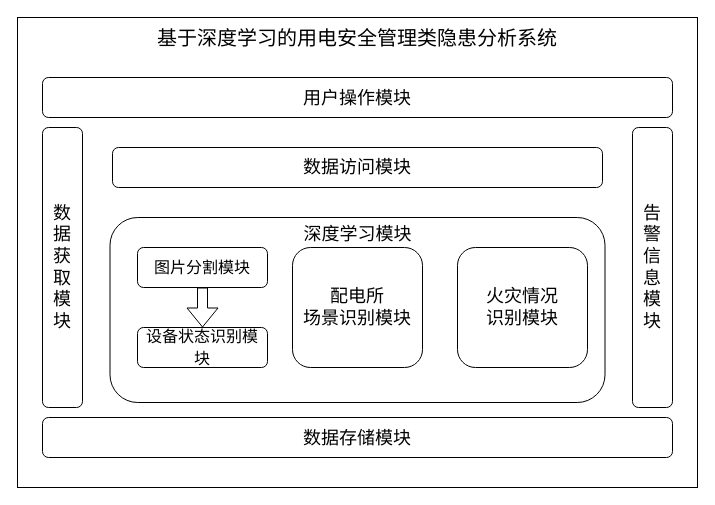
This is Draw.io/本科毕业设计/系统总体设计架构.drawio from Arete-FFF/PicGo, a draw.io file, before an edit. Source tidied: cells renumbered, new cells numbered last; positions are measured from the earlier drawing's top-left corner, leaving out a move shared by most shapes. Both pictures are drawn from the tidied source at 100%, with x=0, y=0 at pixel (17, 17).
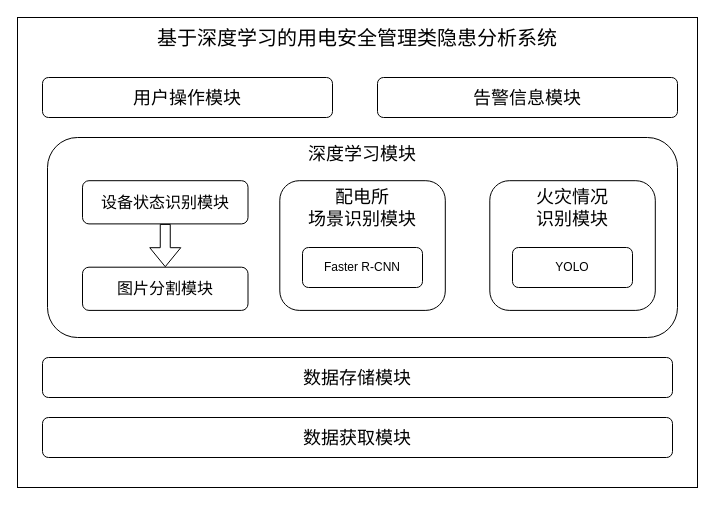
The same diagram, later.

Commit message:
更新系统总体设计架构.drawio

What changed in the source:
```diff
@@
 <mxGraphModel>
   <root>
     <mxCell id="0" />
     <mxCell id="1" parent="0" />
     <mxCell id="2" style="rounded=0;whiteSpace=wrap;html=1;glass=0;shadow=0;perimeterSpacing=0;" parent="1" vertex="1">
       <mxGeometry width="680" height="470" as="geometry" />
     </mxCell>
     <mxCell id="3" value="&lt;font style=&quot;font-size: 20px;&quot;&gt;基于深度学习的用电安全管理类隐患分析系统&lt;/font&gt;" style="rounded=0;whiteSpace=wrap;html=1;shadow=0;glass=0;strokeColor=default;fontFamily=宋体;fontSize=12;fontColor=default;fillColor=default;strokeWidth=0;opacity=0;" parent="1" vertex="1">
       <mxGeometry width="680" height="40" as="geometry" />
     </mxCell>
     <mxCell id="4" value="&lt;font style=&quot;font-size: 18px;&quot;&gt;用户操作模块&lt;/font&gt;" style="rounded=1;whiteSpace=wrap;html=1;shadow=0;glass=0;strokeColor=default;fontFamily=宋体;fontSize=20;fontColor=default;fillColor=default;" parent="1" vertex="1">
-      <mxGeometry x="25" y="60" width="630" height="40" as="geometry" />
+      <mxGeometry x="25" y="60" width="290" height="40" as="geometry" />
     </mxCell>
-    <mxCell id="5" value="数&lt;br&gt;据&lt;br&gt;获&lt;br&gt;取&lt;br&gt;模&lt;br&gt;块" style="rounded=1;whiteSpace=wrap;html=1;fillStyle=auto;gradientColor=none;align=center;shadow=0;glass=0;strokeColor=default;fontFamily=宋体;fontSize=18;fontColor=default;horizontal=1;" parent="1" vertex="1">
-      <mxGeometry x="25" y="110" width="40" height="280" as="geometry" />
-    </mxCell>
     <mxCell id="6" value="&lt;font style=&quot;font-size: 18px;&quot;&gt;数据存储模块&lt;/font&gt;" style="rounded=1;whiteSpace=wrap;html=1;shadow=0;glass=0;strokeColor=default;fontFamily=宋体;fontSize=20;fontColor=default;fillColor=default;" parent="1" vertex="1">
-      <mxGeometry x="25" y="400" width="630" height="40" as="geometry" />
+      <mxGeometry x="25" y="340" width="630" height="40" as="geometry" />
     </mxCell>
-    <mxCell id="7" value="数据访问模块" style="rounded=1;whiteSpace=wrap;html=1;shadow=0;glass=0;strokeColor=default;fontFamily=宋体;fontSize=18;fontColor=default;fillColor=default;" parent="1" vertex="1">
-      <mxGeometry x="95" y="130" width="490" height="40" as="geometry" />
-    </mxCell>
-    <mxCell id="8" value="告&lt;br&gt;警&lt;br&gt;信&lt;br&gt;息&lt;br&gt;模&lt;br&gt;块" style="rounded=1;whiteSpace=wrap;html=1;fillStyle=auto;gradientColor=none;align=center;shadow=0;glass=0;strokeColor=default;fontFamily=宋体;fontSize=18;fontColor=default;horizontal=1;" parent="1" vertex="1">
-      <mxGeometry x="615" y="110" width="40" height="280" as="geometry" />
-    </mxCell>
+    <mxCell id="15" value="&lt;font style=&quot;font-size: 18px;&quot;&gt;告警信息模块&lt;/font&gt;" style="rounded=1;whiteSpace=wrap;html=1;shadow=0;glass=0;strokeColor=default;fontFamily=宋体;fontSize=20;fontColor=default;fillColor=default;" parent="1" vertex="1">
+      <mxGeometry x="360" y="60" width="300" height="40" as="geometry" />
+    </mxCell>
+    <mxCell id="16" value="&lt;font style=&quot;font-size: 18px;&quot;&gt;数据获取模块&lt;/font&gt;" style="rounded=1;whiteSpace=wrap;html=1;shadow=0;glass=0;strokeColor=default;fontFamily=宋体;fontSize=20;fontColor=default;fillColor=default;" parent="1" vertex="1">
+      <mxGeometry x="25" y="400" width="630" height="40" as="geometry" />
+    </mxCell>
     <mxCell id="9" value="深度学习模块" style="rounded=1;whiteSpace=wrap;html=1;shadow=0;glass=0;strokeColor=default;fontFamily=宋体;fontSize=18;fontColor=default;fillColor=default;verticalAlign=top;" parent="1" vertex="1">
-      <mxGeometry x="92.5" y="200" width="495" height="185" as="geometry" />
+      <mxGeometry x="30" y="120" width="630" height="200" as="geometry" />
     </mxCell>
     <mxCell id="10" value="&lt;font style=&quot;font-size: 16px;&quot;&gt;图片分割模块&lt;/font&gt;" style="rounded=1;whiteSpace=wrap;html=1;shadow=0;glass=0;strokeColor=default;fontFamily=宋体;fontSize=18;fontColor=default;fillColor=default;" parent="1" vertex="1">
-      <mxGeometry x="120" y="230" width="130" height="40" as="geometry" />
+      <mxGeometry x="65" y="249.7" width="165.5" height="43.2" as="geometry" />
     </mxCell>
     <mxCell id="11" value="&lt;font style=&quot;font-size: 16px;&quot;&gt;&lt;font style=&quot;font-size: 16px;&quot;&gt;设备状态&lt;/font&gt;识别模块&lt;/font&gt;" style="rounded=1;whiteSpace=wrap;html=1;shadow=0;glass=0;strokeColor=default;fontFamily=宋体;fontSize=18;fontColor=default;fillColor=default;" parent="1" vertex="1">
-      <mxGeometry x="120" y="310" width="130" height="40" as="geometry" />
+      <mxGeometry x="65" y="163.2" width="165.5" height="43.2" as="geometry" />
     </mxCell>
-    <mxCell id="12" value="配电所&lt;br&gt;场景识别模块" style="rounded=1;whiteSpace=wrap;html=1;shadow=0;glass=0;strokeColor=default;fontFamily=宋体;fontSize=18;fontColor=default;fillColor=default;" parent="1" vertex="1">
-      <mxGeometry x="275" y="230" width="130" height="120" as="geometry" />
+    <mxCell id="12" value="配电所&lt;br&gt;场景识别模块" style="rounded=1;whiteSpace=wrap;html=1;shadow=0;glass=0;strokeColor=default;fontFamily=宋体;fontSize=18;fontColor=default;fillColor=default;verticalAlign=top;" parent="1" vertex="1">
+      <mxGeometry x="262.3" y="163.2" width="165.5" height="129.7" as="geometry" />
     </mxCell>
-    <mxCell id="13" value="火灾情况&lt;br&gt;识别模块" style="rounded=1;whiteSpace=wrap;html=1;shadow=0;glass=0;strokeColor=default;fontFamily=宋体;fontSize=18;fontColor=default;fillColor=default;" parent="1" vertex="1">
-      <mxGeometry x="440" y="230" width="130" height="120" as="geometry" />
+    <mxCell id="13" value="火灾情况&lt;br&gt;识别模块" style="rounded=1;whiteSpace=wrap;html=1;shadow=0;glass=0;strokeColor=default;fontFamily=宋体;fontSize=18;fontColor=default;fillColor=default;verticalAlign=top;" parent="1" vertex="1">
+      <mxGeometry x="472.3" y="163.2" width="165.5" height="129.7" as="geometry" />
     </mxCell>
-    <mxCell id="14" style="shape=flexArrow;endArrow=classic;html=1;rounded=0;fontFamily=宋体;fontSize=16;fontColor=default;entryX=0.5;entryY=0;entryDx=0;entryDy=0;exitX=0.5;exitY=1;exitDx=0;exitDy=0;" parent="1" edge="1" source="10" target="11">
-      <mxGeometry relative="1" as="geometry" />
-    </mxCell>
+    <mxCell id="17" style="shape=flexArrow;endArrow=classic;html=1;rounded=0;entryX=0.5;entryY=0;entryDx=0;entryDy=0;" parent="1" edge="1" source="11" target="10">
+      <mxGeometry relative="1" as="geometry" />
+    </mxCell>
+    <mxCell id="18" value="&lt;font face=&quot;宋体&quot;&gt;Faster R-CNN&lt;/font&gt;" style="rounded=1;whiteSpace=wrap;html=1;" parent="1" vertex="1">
+      <mxGeometry x="285" y="230" width="120" height="40" as="geometry" />
+    </mxCell>
+    <mxCell id="19" value="&lt;font face=&quot;宋体&quot;&gt;YOLO&lt;/font&gt;" style="rounded=1;whiteSpace=wrap;html=1;" parent="1" vertex="1">
+      <mxGeometry x="495" y="230" width="120" height="40" as="geometry" />
+    </mxCell>
   </root>
 </mxGraphModel>
```
